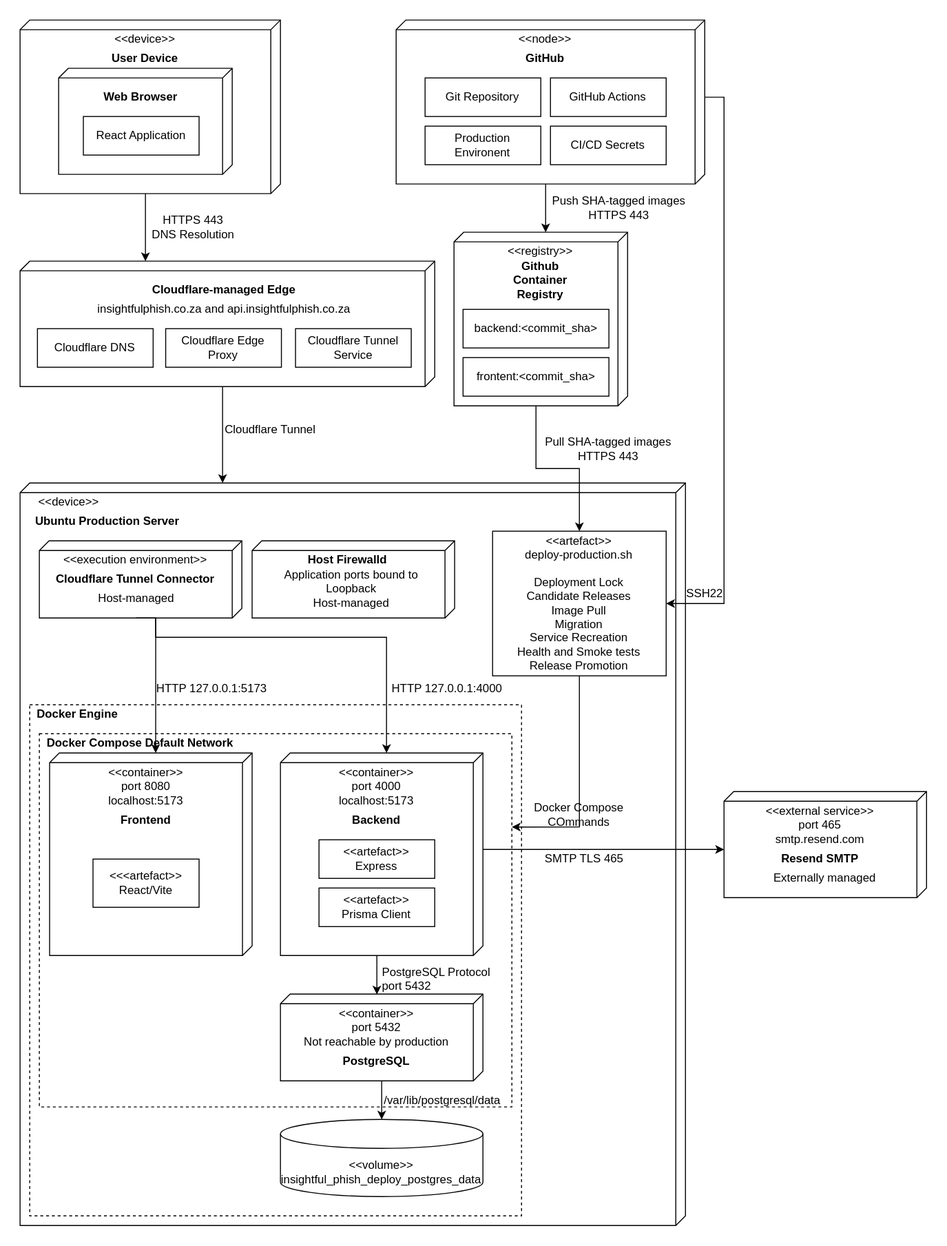
Above: docs/demo3/diagrams/sas/production-deployment-diagram.drawio.svg in COS301-SE-2026/Cybersecurity-Awareness-Training-Platform (draw.io), before the change. Source tidied: cells renumbered, new cells last; positions are measured from the earlier drawing's top-left corner, leaving out a move shared by most shapes.
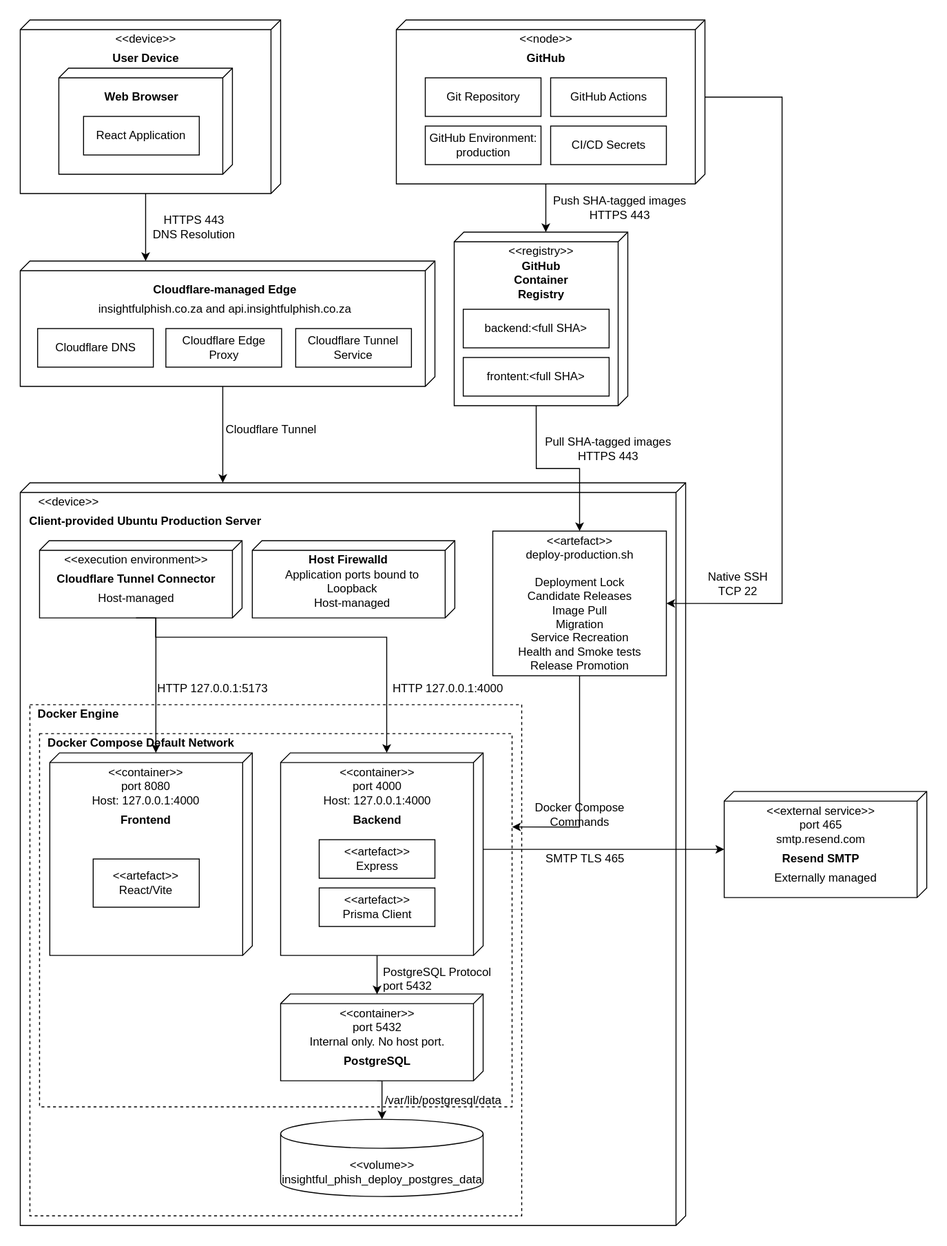
The same file after the commit.

Commit message:
docs: update production deployment diagram

What changed in the source:
```diff
@@ -34,7 +34,7 @@
     <mxCell id="10" value="GitHub Actions" style="rounded=0;whiteSpace=wrap;html=1;" parent="1" vertex="1">
       <mxGeometry x="550" y="60" width="120" height="40" as="geometry" />
     </mxCell>
-    <mxCell id="11" value="Production Environent" style="rounded=0;whiteSpace=wrap;html=1;" parent="1" vertex="1">
+    <mxCell id="11" value="GitHub Environment:&lt;br&gt;production" style="rounded=0;whiteSpace=wrap;html=1;" parent="1" vertex="1">
       <mxGeometry x="420" y="110" width="120" height="40" as="geometry" />
     </mxCell>
     <mxCell id="12" value="CI/CD Secrets" style="rounded=0;whiteSpace=wrap;html=1;" parent="1" vertex="1">
@@ -46,13 +46,13 @@
     <mxCell id="14" value="&amp;lt;&amp;lt;registry&amp;gt;&amp;gt;" style="text;html=1;whiteSpace=wrap;strokeColor=none;fillColor=none;align=center;verticalAlign=middle;rounded=0;" parent="1" vertex="1">
       <mxGeometry x="510" y="230" width="60" height="20" as="geometry" />
     </mxCell>
-    <mxCell id="15" value="&lt;b&gt;Github Container Registry&lt;/b&gt;" style="text;html=1;whiteSpace=wrap;strokeColor=none;fillColor=none;align=center;verticalAlign=middle;rounded=0;" parent="1" vertex="1">
+    <mxCell id="15" value="&lt;b&gt;GitHub Container Registry&lt;/b&gt;" style="text;html=1;whiteSpace=wrap;strokeColor=none;fillColor=none;align=center;verticalAlign=middle;rounded=0;" parent="1" vertex="1">
       <mxGeometry x="500" y="250" width="80" height="40" as="geometry" />
     </mxCell>
-    <mxCell id="16" value="backend:&amp;lt;commit_sha&amp;gt;" style="rounded=0;whiteSpace=wrap;html=1;" parent="1" vertex="1">
+    <mxCell id="16" value="backend:&amp;lt;full SHA&amp;gt;" style="rounded=0;whiteSpace=wrap;html=1;" parent="1" vertex="1">
       <mxGeometry x="459.4" y="300" width="151.2" height="40" as="geometry" />
     </mxCell>
-    <mxCell id="17" value="frontent:&amp;lt;commit_sha&amp;gt;" style="rounded=0;whiteSpace=wrap;html=1;" parent="1" vertex="1">
+    <mxCell id="17" value="frontent:&amp;lt;full SHA&amp;gt;" style="rounded=0;whiteSpace=wrap;html=1;" parent="1" vertex="1">
       <mxGeometry x="459.4" y="350" width="151.2" height="40" as="geometry" />
     </mxCell>
     <mxCell id="18" style="edgeStyle=orthogonalEdgeStyle;rounded=0;jettySize=auto;html=1;exitX=0;exitY=0;exitDx=170;exitDy=165;exitPerimeter=0;entryX=0;entryY=0;entryDx=0;entryDy=85;entryPerimeter=0;" parent="1" edge="1" source="6" target="13">
@@ -94,8 +94,8 @@
     <mxCell id="30" value="&amp;lt;&amp;lt;device&amp;gt;&amp;gt;" style="text;html=1;whiteSpace=wrap;strokeColor=none;fillColor=none;align=center;verticalAlign=middle;rounded=0;" parent="1" vertex="1">
       <mxGeometry x="0.6" y="490" width="100" height="20" as="geometry" />
     </mxCell>
-    <mxCell id="31" value="&lt;b&gt;Ubuntu Production Server&lt;/b&gt;" style="text;html=1;whiteSpace=wrap;strokeColor=none;fillColor=none;align=center;verticalAlign=middle;rounded=0;" parent="1" vertex="1">
-      <mxGeometry x="0.6" y="510" width="180" height="20" as="geometry" />
+    <mxCell id="31" value="&lt;b&gt;Client-provided Ubuntu Production Server&lt;/b&gt;" style="text;html=1;whiteSpace=wrap;strokeColor=none;fillColor=none;align=center;verticalAlign=middle;rounded=0;" parent="1" vertex="1">
+      <mxGeometry x="0.6" y="510" width="259.4" height="20" as="geometry" />
     </mxCell>
     <mxCell id="32" style="verticalAlign=top;align=left;spacingTop=8;spacingLeft=2;spacingRight=12;shape=cube;size=10;direction=south;fontStyle=4;html=1;whiteSpace=wrap;" parent="1" vertex="1">
       <mxGeometry x="20" y="540" width="210" height="80" as="geometry" />
@@ -135,7 +135,7 @@
     <mxCell id="43" style="verticalAlign=top;align=left;spacingTop=8;spacingLeft=2;spacingRight=12;shape=cube;size=10;direction=south;fontStyle=4;html=1;whiteSpace=wrap;" parent="1" vertex="1">
       <mxGeometry x="30.6" y="760" width="210" height="210" as="geometry" />
     </mxCell>
-    <mxCell id="44" value="&amp;lt;&amp;lt;container&amp;gt;&amp;gt;&lt;div&gt;port 8080&lt;/div&gt;&lt;div&gt;localhost:5173&lt;/div&gt;" style="text;html=1;whiteSpace=wrap;strokeColor=none;fillColor=none;align=center;verticalAlign=middle;rounded=0;" parent="1" vertex="1">
+    <mxCell id="44" value="&amp;lt;&amp;lt;container&amp;gt;&amp;gt;&lt;div&gt;port 8080&lt;/div&gt;&lt;div&gt;Host: 127.0.0.1:4000&lt;/div&gt;" style="text;html=1;whiteSpace=wrap;strokeColor=none;fillColor=none;align=center;verticalAlign=middle;rounded=0;" parent="1" vertex="1">
       <mxGeometry x="40.6" y="770" width="180" height="50" as="geometry" />
     </mxCell>
     <mxCell id="45" value="&lt;b&gt;Frontend&lt;/b&gt;" style="text;html=1;whiteSpace=wrap;strokeColor=none;fillColor=none;align=center;verticalAlign=middle;rounded=0;" parent="1" vertex="1">
@@ -147,7 +147,7 @@
     <mxCell id="47" style="verticalAlign=top;align=left;spacingTop=8;spacingLeft=2;spacingRight=12;shape=cube;size=10;direction=south;fontStyle=4;html=1;whiteSpace=wrap;" parent="1" vertex="1">
       <mxGeometry x="270" y="760" width="210" height="210" as="geometry" />
     </mxCell>
-    <mxCell id="48" value="&amp;lt;&amp;lt;container&amp;gt;&amp;gt;&lt;div&gt;port 4000&lt;/div&gt;&lt;div&gt;localhost:5173&lt;/div&gt;" style="text;html=1;whiteSpace=wrap;strokeColor=none;fillColor=none;align=center;verticalAlign=middle;rounded=0;" parent="1" vertex="1">
+    <mxCell id="48" value="&amp;lt;&amp;lt;container&amp;gt;&amp;gt;&lt;div&gt;port 4000&lt;/div&gt;&lt;div&gt;Host: 127.0.0.1:4000&lt;/div&gt;" style="text;html=1;whiteSpace=wrap;strokeColor=none;fillColor=none;align=center;verticalAlign=middle;rounded=0;" parent="1" vertex="1">
       <mxGeometry x="280" y="770" width="180" height="50" as="geometry" />
     </mxCell>
     <mxCell id="49" value="&lt;b&gt;Backend&lt;/b&gt;" style="text;html=1;whiteSpace=wrap;strokeColor=none;fillColor=none;align=center;verticalAlign=middle;rounded=0;" parent="1" vertex="1">
@@ -159,7 +159,7 @@
     <mxCell id="51" value="&amp;lt;&amp;lt;artefact&amp;gt;&amp;gt;&lt;div&gt;Prisma Client&lt;/div&gt;" style="rounded=0;whiteSpace=wrap;html=1;" parent="1" vertex="1">
       <mxGeometry x="310" y="900" width="120" height="40" as="geometry" />
     </mxCell>
-    <mxCell id="52" value="&amp;lt;&amp;lt;&amp;lt;artefact&amp;gt;&amp;gt;&lt;div&gt;React/Vite&lt;/div&gt;" style="html=1;whiteSpace=wrap;" parent="1" vertex="1">
+    <mxCell id="52" value="&amp;lt;&amp;lt;artefact&amp;gt;&amp;gt;&lt;div&gt;React/Vite&lt;/div&gt;" style="html=1;whiteSpace=wrap;" parent="1" vertex="1">
       <mxGeometry x="75.6" y="870" width="110" height="50" as="geometry" />
     </mxCell>
     <mxCell id="53" style="edgeStyle=orthogonalEdgeStyle;rounded=0;jettySize=auto;html=1;exitX=0;exitY=0;exitDx=90;exitDy=110;exitPerimeter=0;" parent="1" edge="1" source="54" target="57">
@@ -172,7 +172,7 @@
     <mxCell id="54" style="verticalAlign=top;align=left;spacingTop=8;spacingLeft=2;spacingRight=12;shape=cube;size=10;direction=south;fontStyle=4;html=1;whiteSpace=wrap;" parent="1" vertex="1">
       <mxGeometry x="270" y="1010" width="210" height="90" as="geometry" />
     </mxCell>
-    <mxCell id="55" value="&amp;lt;&amp;lt;container&amp;gt;&amp;gt;&lt;div&gt;port 5432&lt;/div&gt;&lt;div&gt;Not reachable by production&lt;/div&gt;" style="text;html=1;whiteSpace=wrap;strokeColor=none;fillColor=none;align=center;verticalAlign=middle;rounded=0;" parent="1" vertex="1">
+    <mxCell id="55" value="&amp;lt;&amp;lt;container&amp;gt;&amp;gt;&lt;div&gt;port 5432&lt;/div&gt;&lt;div&gt;Internal only. No host port.&lt;/div&gt;" style="text;html=1;whiteSpace=wrap;strokeColor=none;fillColor=none;align=center;verticalAlign=middle;rounded=0;" parent="1" vertex="1">
       <mxGeometry x="280" y="1020" width="180" height="50" as="geometry" />
     </mxCell>
     <mxCell id="56" value="&lt;b&gt;PostgreSQL&lt;/b&gt;" style="text;html=1;whiteSpace=wrap;strokeColor=none;fillColor=none;align=center;verticalAlign=middle;rounded=0;" parent="1" vertex="1">
@@ -227,14 +227,19 @@
     <mxCell id="68" value="&lt;b&gt;Docker Engine&lt;/b&gt;" style="text;html=1;whiteSpace=wrap;strokeColor=none;fillColor=none;align=center;verticalAlign=middle;rounded=0;" parent="1" vertex="1">
       <mxGeometry x="10" y="710" width="100" height="20" as="geometry" />
     </mxCell>
-    <mxCell id="69" value="Docker Compose COmmands" style="text;html=1;whiteSpace=wrap;strokeColor=none;fillColor=none;align=center;verticalAlign=middle;rounded=0;" parent="1" vertex="1">
+    <mxCell id="69" value="Docker Compose Co&lt;span style=&quot;background-color: transparent; color: light-dark(rgb(0, 0, 0), rgb(255, 255, 255));&quot;&gt;mmands&lt;/span&gt;" style="text;html=1;whiteSpace=wrap;strokeColor=none;fillColor=none;align=center;verticalAlign=middle;rounded=0;" parent="1" vertex="1">
       <mxGeometry x="520" y="809" width="120" height="30" as="geometry" />
     </mxCell>
-    <mxCell id="70" value="SSH22" style="text;html=1;whiteSpace=wrap;strokeColor=none;fillColor=none;align=center;verticalAlign=middle;rounded=0;" parent="1" vertex="1">
-      <mxGeometry x="635" y="580" width="151.2" height="30" as="geometry" />
+    <mxCell id="70" value="Native SSH&lt;br&gt;TCP 22" style="text;html=1;whiteSpace=wrap;strokeColor=none;fillColor=none;align=center;verticalAlign=middle;rounded=0;" parent="1" vertex="1">
+      <mxGeometry x="697.2" y="570" width="94" height="30" as="geometry" />
     </mxCell>
     <mxCell id="71" style="edgeStyle=orthogonalEdgeStyle;rounded=0;jettySize=auto;html=1;exitX=0;exitY=0;exitDx=80;exitDy=0;exitPerimeter=0;entryX=1;entryY=0.5;entryDx=0;entryDy=0;" parent="1" edge="1" source="6" target="67">
-      <mxGeometry relative="1" as="geometry" />
+      <mxGeometry relative="1" as="geometry">
+        <Array as="points">
+          <mxPoint x="790" y="80.1" />
+          <mxPoint x="790" y="605" />
+        </Array>
+      </mxGeometry>
     </mxCell>
     <mxCell id="72" value="Pull SHA-tagged images&lt;div&gt;HTTPS 443&lt;/div&gt;" style="text;html=1;whiteSpace=wrap;strokeColor=none;fillColor=none;align=center;verticalAlign=middle;rounded=0;" parent="1" vertex="1">
       <mxGeometry x="534.4" y="430" width="151.2" height="30" as="geometry" />
```
